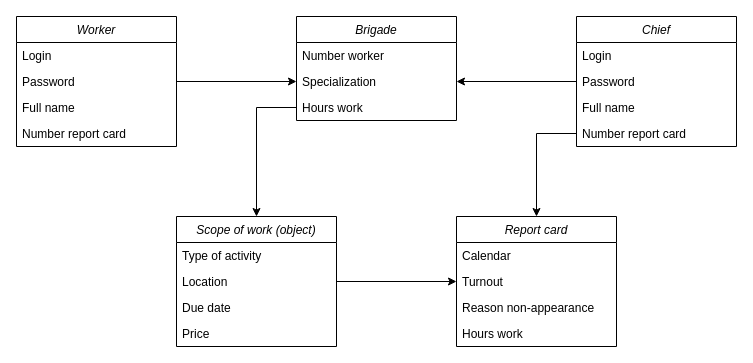
AleksandrMaslennikov/TP keeps this draw.io diagram as Domain.drawio. Above is the earlier version. Source tidied: cells renumbered, new cells numbered last; positions are measured from the earlier drawing's top-left corner, leaving out a move shared by most shapes. Both pictures are drawn from the tidied source at 100%, with x=0, y=0 at pixel (16, 16).
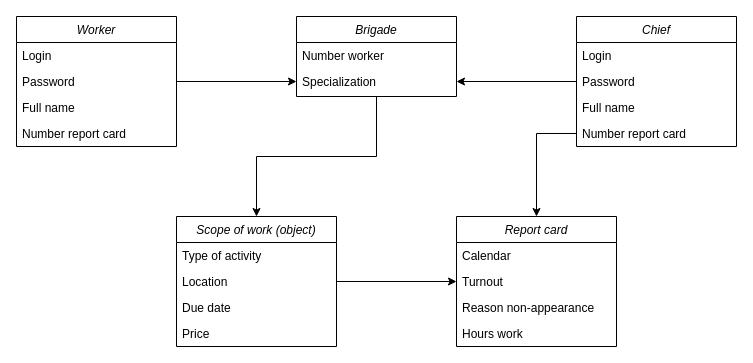
After the change.

The change refers to these unchanged cells:
```xml
<mxCell id="21" value="Scope of work (object)" style="swimlane;fontStyle=2;align=center;verticalAlign=top;horizontal=1;startSize=26;rounded=0;shadow=0;strokeWidth=1;" parent="1" vertex="1">
  <mxGeometry x="160" y="200" width="160" height="130" as="geometry" />
</mxCell>
```

The edit, as a diff of the source:
```diff
@@
     <mxCell id="17" value="Brigade" style="swimlane;fontStyle=2;align=center;verticalAlign=top;horizontal=1;startSize=26;rounded=0;shadow=0;strokeWidth=1;" parent="1" vertex="1">
-      <mxGeometry x="280" width="160" height="104" as="geometry" />
+      <mxGeometry x="280" width="160" height="80" as="geometry" />
     </mxCell>
@@
-    <mxCell id="20" value="Hours work" style="text;align=left;verticalAlign=top;spacingLeft=4;spacingRight=4;overflow=hidden;points=[[0,0.5],[1,0.5]];portConstraint=eastwest;" parent="17" vertex="1">
-      <mxGeometry y="78" width="160" height="26" as="geometry" />
-    </mxCell>
@@
-    <mxCell id="29" style="edgeStyle=orthogonalEdgeStyle;rounded=0;jettySize=auto;html=1;exitX=0;exitY=0.5;exitDx=0;exitDy=0;entryX=0.5;entryY=0;entryDx=0;entryDy=0;" parent="1" edge="1" source="20" target="21">
+    <mxCell id="29" style="edgeStyle=orthogonalEdgeStyle;rounded=0;jettySize=auto;html=1;exitX=0.5;exitY=1;exitDx=0;exitDy=0;entryX=0.5;entryY=0;entryDx=0;entryDy=0;" parent="1" edge="1" source="17" target="21">
       <mxGeometry relative="1" as="geometry" />
     </mxCell>
```
